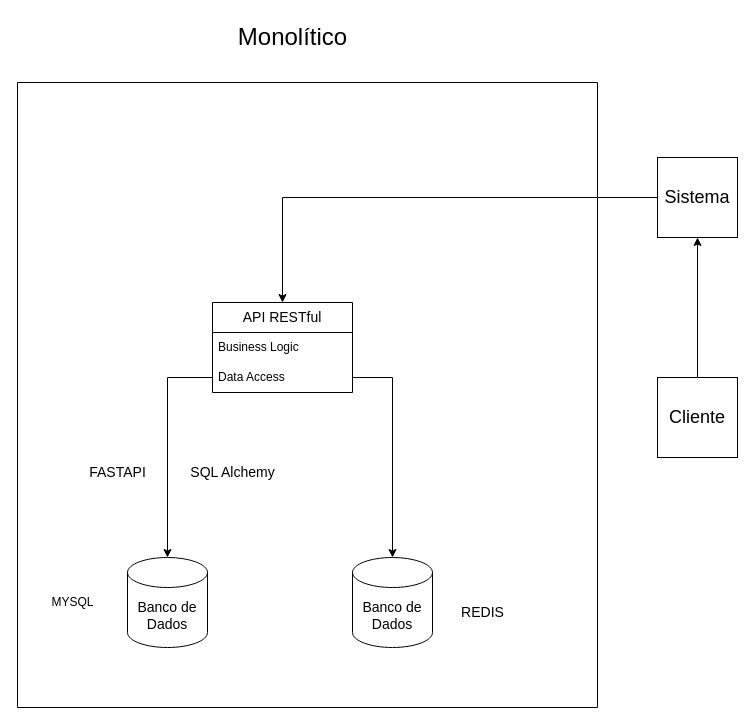
This is Arquitetura Games Database API.drawio from DavidGaleno/api-games, a draw.io file, before an edit. Source tidied: cells renumbered, new cells numbered last; positions are measured from the earlier drawing's top-left corner, leaving out a move shared by most shapes. Both pictures are drawn from the tidied source at 100%, with x=0, y=0 at pixel (17, 17).
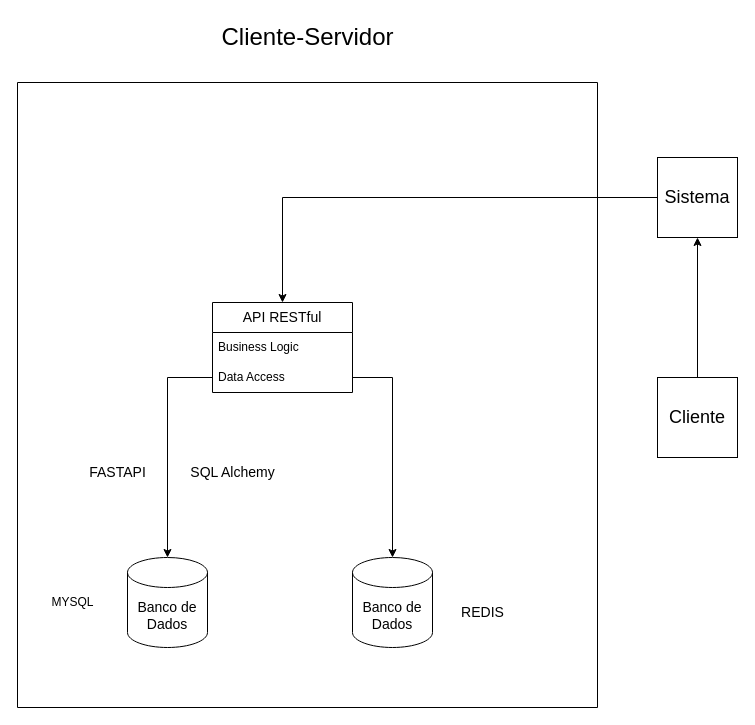
Above is the later version.

What changed in the source:
```diff
@@
 <mxGraphModel>
   <root>
     <mxCell id="0" />
     <mxCell id="1" parent="0" />
     <mxCell id="2" style="edgeStyle=orthogonalEdgeStyle;rounded=0;jettySize=auto;html=1;" parent="1" edge="1" source="3" target="18">
       <mxGeometry relative="1" as="geometry" />
     </mxCell>
     <mxCell id="3" value="&lt;font style=&quot;font-size: 18px;&quot;&gt;Cliente&lt;/font&gt;" style="whiteSpace=wrap;html=1;" parent="1" vertex="1">
       <mxGeometry x="640" y="360" width="80" height="80" as="geometry" />
     </mxCell>
     <mxCell id="4" value="&lt;font style=&quot;font-size: 14px;&quot;&gt;Banco de Dados&lt;/font&gt;" style="shape=cylinder3;whiteSpace=wrap;html=1;boundedLbl=1;backgroundOutline=1;size=15;" parent="1" vertex="1">
       <mxGeometry x="110" y="540" width="80" height="90" as="geometry" />
     </mxCell>
     <mxCell id="5" value="&lt;font style=&quot;font-size: 14px;&quot;&gt;FASTAPI&lt;/font&gt;" style="text;html=1;align=center;verticalAlign=middle;strokeColor=none;fillColor=none;" parent="1" vertex="1">
       <mxGeometry x="60" y="440" width="80" height="30" as="geometry" />
     </mxCell>
     <mxCell id="6" value="MYSQL" style="text;html=1;align=center;verticalAlign=middle;strokeColor=none;fillColor=none;" parent="1" vertex="1">
       <mxGeometry x="20" y="570" width="70" height="30" as="geometry" />
     </mxCell>
     <mxCell id="7" value="&lt;font style=&quot;font-size: 14px;&quot;&gt;Banco de Dados&lt;/font&gt;" style="shape=cylinder3;whiteSpace=wrap;html=1;boundedLbl=1;backgroundOutline=1;size=15;" parent="1" vertex="1">
       <mxGeometry x="335" y="540" width="80" height="90" as="geometry" />
     </mxCell>
     <mxCell id="8" value="&lt;font style=&quot;font-size: 14px;&quot;&gt;REDIS&lt;/font&gt;" style="text;html=1;align=center;verticalAlign=middle;strokeColor=none;fillColor=none;" parent="1" vertex="1">
       <mxGeometry x="430" y="580" width="70" height="30" as="geometry" />
     </mxCell>
     <mxCell id="9" value="&lt;font style=&quot;font-size: 14px;&quot;&gt;API RESTful&lt;/font&gt;" style="swimlane;fontStyle=0;horizontal=1;startSize=30;whiteSpace=wrap;html=1;" parent="1" vertex="1">
       <mxGeometry x="195" y="285" width="140" height="90" as="geometry" />
     </mxCell>
     <mxCell id="10" value="Business Logic" style="text;strokeColor=none;fillColor=none;align=left;verticalAlign=middle;spacingLeft=4;spacingRight=4;overflow=hidden;whiteSpace=wrap;html=1;" parent="9" vertex="1">
       <mxGeometry y="30" width="140" height="30" as="geometry" />
     </mxCell>
     <mxCell id="11" value="Data Access" style="text;strokeColor=none;fillColor=none;align=left;verticalAlign=middle;spacingLeft=4;spacingRight=4;overflow=hidden;points=[[0,0.5],[1,0.5]];portConstraint=eastwest;whiteSpace=wrap;html=1;" parent="9" vertex="1">
       <mxGeometry y="60" width="140" height="30" as="geometry" />
     </mxCell>
     <mxCell id="12" style="edgeStyle=orthogonalEdgeStyle;rounded=0;jettySize=auto;html=1;" parent="1" edge="1" source="11" target="4">
       <mxGeometry relative="1" as="geometry" />
     </mxCell>
     <mxCell id="13" style="edgeStyle=orthogonalEdgeStyle;rounded=0;jettySize=auto;html=1;" parent="1" edge="1" source="11" target="7">
       <mxGeometry relative="1" as="geometry" />
     </mxCell>
     <mxCell id="14" style="swimlane;startSize=0;" parent="1" vertex="1">
       <mxGeometry y="65" width="580" height="625" as="geometry" />
     </mxCell>
     <mxCell id="15" value="&lt;font style=&quot;font-size: 14px;&quot;&gt;SQL Alchemy&lt;/font&gt;" style="text;html=1;align=center;verticalAlign=middle;strokeColor=none;fillColor=none;" parent="14" vertex="1">
       <mxGeometry x="160" y="375" width="110" height="30" as="geometry" />
     </mxCell>
-    <mxCell id="16" value="&lt;font style=&quot;font-size: 24px;&quot;&gt;Monolítico&lt;/font&gt;" style="text;html=1;align=center;verticalAlign=middle;strokeColor=none;fillColor=none;" parent="1" vertex="1">
-      <mxGeometry x="210" width="130" height="40" as="geometry" />
+    <mxCell id="16" value="&lt;font style=&quot;font-size: 24px;&quot;&gt;Cliente-Servidor&lt;/font&gt;" style="text;html=1;align=center;verticalAlign=middle;strokeColor=none;fillColor=none;" parent="1" vertex="1">
+      <mxGeometry x="190" width="200" height="40" as="geometry" />
     </mxCell>
     <mxCell id="17" style="edgeStyle=orthogonalEdgeStyle;rounded=0;jettySize=auto;html=1;entryX=0.5;entryY=0;entryDx=0;entryDy=0;" parent="1" edge="1" source="18" target="9">
       <mxGeometry relative="1" as="geometry" />
     </mxCell>
     <mxCell id="18" value="&lt;font style=&quot;font-size: 18px;&quot;&gt;Sistema&lt;/font&gt;" style="whiteSpace=wrap;html=1;" parent="1" vertex="1">
       <mxGeometry x="640" y="140" width="80" height="80" as="geometry" />
     </mxCell>
   </root>
 </mxGraphModel>
```
